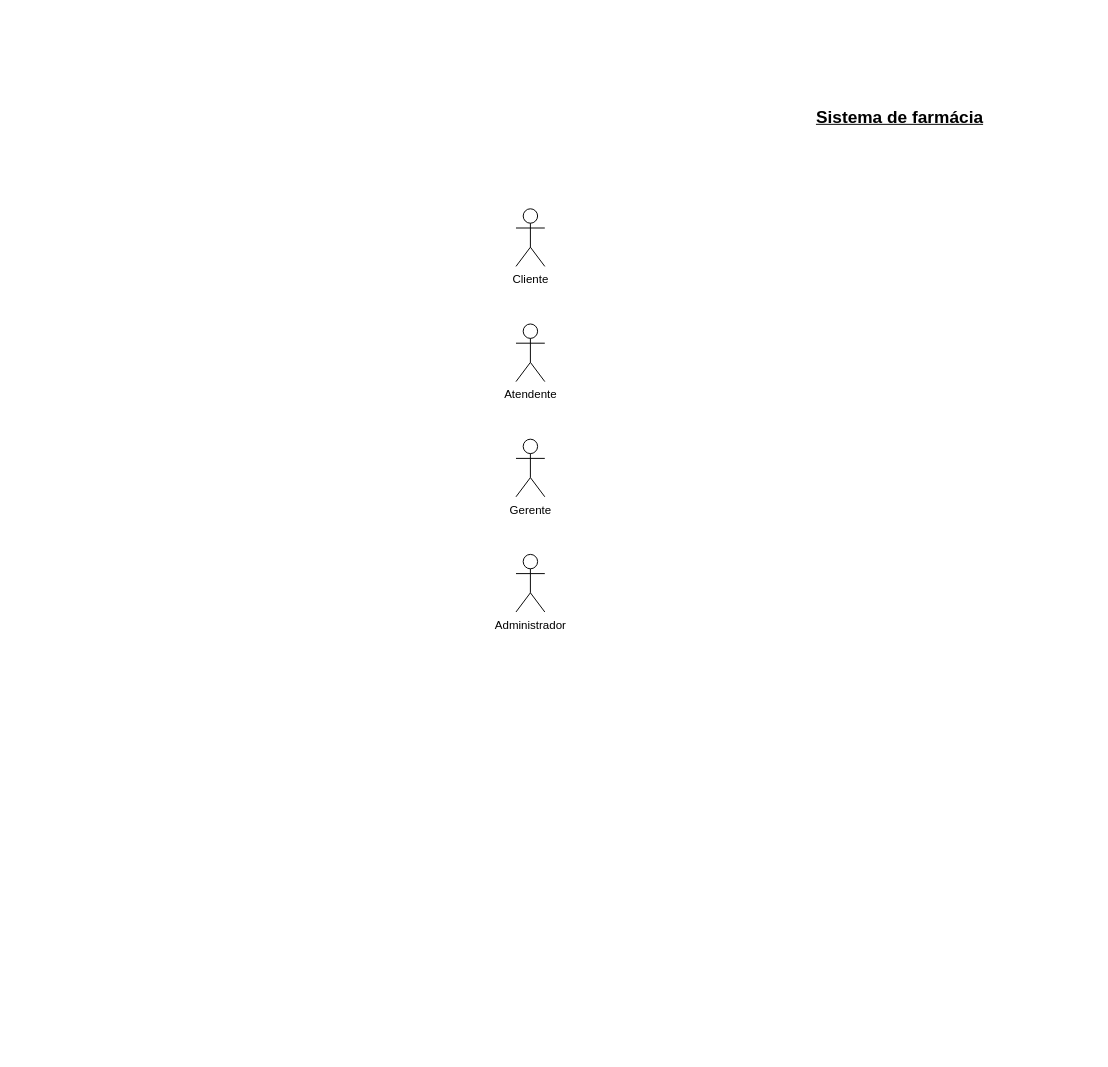
Above: page "Atividade 1" (1 of 4) of Diagrama sem nome.drawio in Eduardo-1105/diagramasderequesitos (draw.io), before the change. Source tidied: cells renumbered, new cells numbered last; positions are measured from the earlier drawing's top-left corner, leaving out a move shared by most shapes. Both pictures are drawn from the tidied source at 96%, with x=0, y=0 at pixel (516, 103).
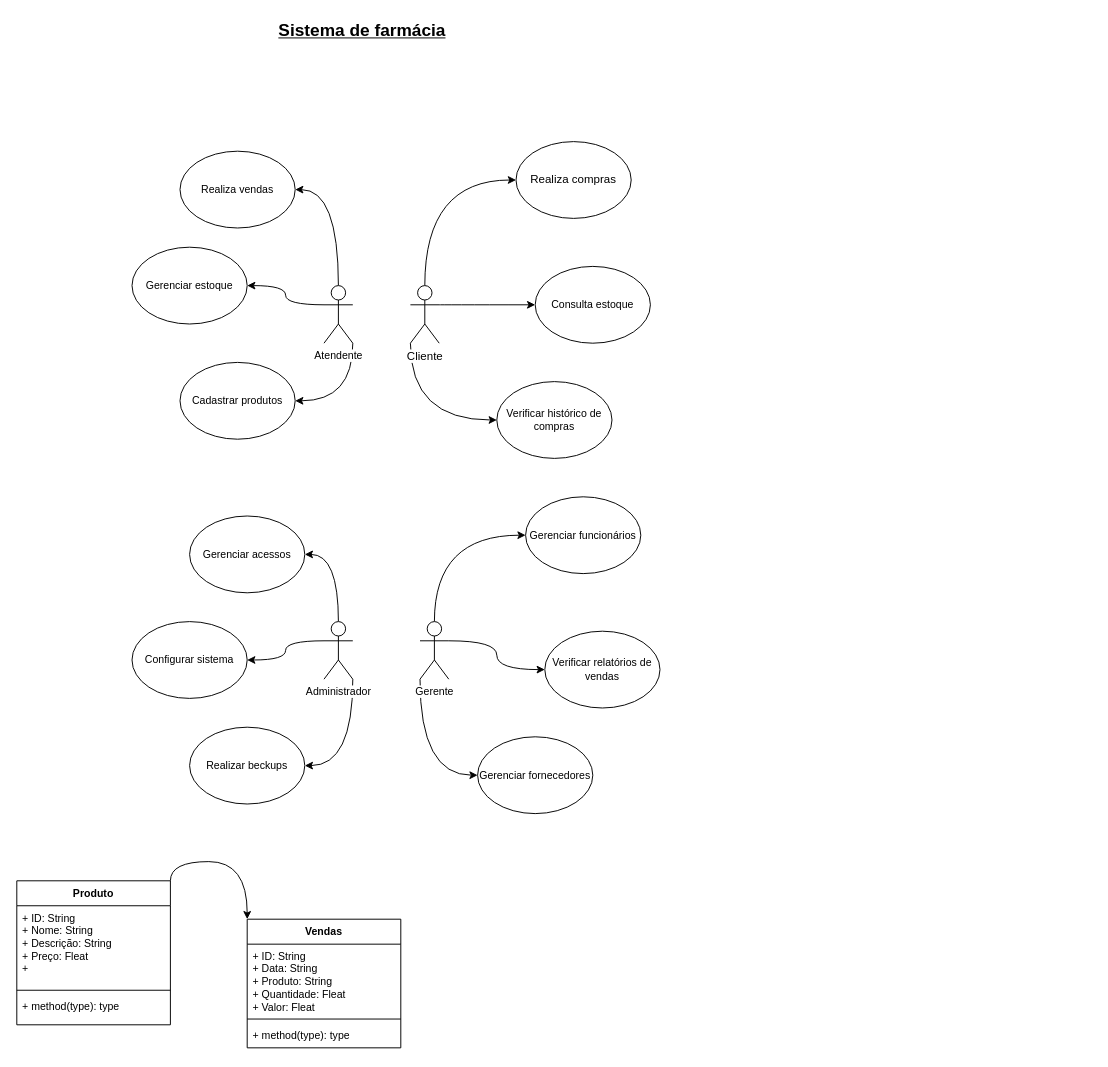
The same page after the edit.

Commit message:
Actualizar Diagrama sem Ativade.drawio

The edit, as a diff of the source:
```diff
@@
     <mxCell id="2" value="&lt;b&gt;&lt;u&gt;&lt;font style=&quot;font-size: 18px;&quot;&gt;Sistema de farmácia&lt;/font&gt;&lt;/u&gt;&lt;/b&gt;" style="text;html=1;align=center;verticalAlign=middle;whiteSpace=wrap;rounded=0;fontFamily=Helvetica;fontSize=12;fontColor=default;labelBackgroundColor=default;" parent="1" vertex="1">
-      <mxGeometry x="200" width="400" height="30" as="geometry" />
+      <mxGeometry x="-360" y="-90" width="400" height="30" as="geometry" />
     </mxCell>
+    <mxCell id="7" style="edgeStyle=orthogonalEdgeStyle;shape=connector;rounded=0;jettySize=auto;html=1;exitX=0.5;exitY=0;exitDx=0;exitDy=0;exitPerimeter=0;entryX=0;entryY=0.5;entryDx=0;entryDy=0;strokeColor=default;align=center;verticalAlign=middle;fontFamily=Helvetica;fontSize=11;fontColor=default;labelBackgroundColor=default;endArrow=classic;curved=1;" parent="1" edge="1" source="3" target="10">
+      <mxGeometry relative="1" as="geometry" />
+    </mxCell>
+    <mxCell id="8" style="edgeStyle=orthogonalEdgeStyle;shape=connector;curved=1;rounded=0;jettySize=auto;html=1;exitX=1;exitY=0.3333333333333333;exitDx=0;exitDy=0;exitPerimeter=0;entryX=0;entryY=0.5;entryDx=0;entryDy=0;strokeColor=default;align=center;verticalAlign=middle;fontFamily=Helvetica;fontSize=11;fontColor=default;labelBackgroundColor=default;endArrow=classic;" parent="1" edge="1" source="3" target="11">
+      <mxGeometry relative="1" as="geometry" />
+    </mxCell>
+    <mxCell id="9" style="edgeStyle=orthogonalEdgeStyle;shape=connector;curved=1;rounded=0;jettySize=auto;html=1;exitX=0;exitY=1;exitDx=0;exitDy=0;exitPerimeter=0;entryX=0;entryY=0.5;entryDx=0;entryDy=0;strokeColor=default;align=center;verticalAlign=middle;fontFamily=Helvetica;fontSize=11;fontColor=default;labelBackgroundColor=default;endArrow=classic;" parent="1" edge="1" source="3" target="12">
+      <mxGeometry relative="1" as="geometry" />
+    </mxCell>
     <mxCell id="3" value="Cliente" style="shape=umlActor;verticalLabelPosition=bottom;verticalAlign=top;html=1;outlineConnect=0;fontFamily=Helvetica;fontSize=12;fontColor=default;labelBackgroundColor=default;" parent="1" vertex="1">
-      <mxGeometry y="110" width="30" height="60" as="geometry" />
+      <mxGeometry x="-110" y="190" width="30" height="60" as="geometry" />
     </mxCell>
+    <mxCell id="10" value="Realiza compras" style="ellipse;whiteSpace=wrap;html=1;" parent="1" vertex="1">
+      <mxGeometry y="40" width="120" height="80" as="geometry" />
+    </mxCell>
+    <mxCell id="11" value="Consulta estoque" style="ellipse;whiteSpace=wrap;html=1;fontFamily=Helvetica;fontSize=11;fontColor=default;labelBackgroundColor=none;" parent="1" vertex="1">
+      <mxGeometry x="20" y="170" width="120" height="80" as="geometry" />
+    </mxCell>
+    <mxCell id="12" value="Verificar histórico de compras" style="ellipse;whiteSpace=wrap;html=1;fontFamily=Helvetica;fontSize=11;fontColor=default;labelBackgroundColor=none;" parent="1" vertex="1">
+      <mxGeometry x="-20" y="290" width="120" height="80" as="geometry" />
+    </mxCell>
+    <mxCell id="13" style="edgeStyle=orthogonalEdgeStyle;shape=connector;curved=1;rounded=0;jettySize=auto;html=1;exitX=0.5;exitY=0;exitDx=0;exitDy=0;exitPerimeter=0;entryX=1;entryY=0.5;entryDx=0;entryDy=0;strokeColor=default;align=center;verticalAlign=middle;fontFamily=Helvetica;fontSize=11;fontColor=default;labelBackgroundColor=default;endArrow=classic;" parent="1" edge="1" source="4" target="16">
+      <mxGeometry relative="1" as="geometry" />
+    </mxCell>
+    <mxCell id="14" style="edgeStyle=orthogonalEdgeStyle;shape=connector;curved=1;rounded=0;jettySize=auto;html=1;exitX=0;exitY=0.3333333333333333;exitDx=0;exitDy=0;exitPerimeter=0;entryX=1;entryY=0.5;entryDx=0;entryDy=0;strokeColor=default;align=center;verticalAlign=middle;fontFamily=Helvetica;fontSize=11;fontColor=default;labelBackgroundColor=default;endArrow=classic;" parent="1" edge="1" source="4" target="17">
+      <mxGeometry relative="1" as="geometry" />
+    </mxCell>
+    <mxCell id="15" style="edgeStyle=orthogonalEdgeStyle;shape=connector;curved=1;rounded=0;jettySize=auto;html=1;exitX=1;exitY=1;exitDx=0;exitDy=0;exitPerimeter=0;entryX=1;entryY=0.5;entryDx=0;entryDy=0;strokeColor=default;align=center;verticalAlign=middle;fontFamily=Helvetica;fontSize=11;fontColor=default;labelBackgroundColor=default;endArrow=classic;" parent="1" edge="1" source="4" target="18">
+      <mxGeometry relative="1" as="geometry" />
+    </mxCell>
-    <mxCell id="4" value="Atendente" style="shape=umlActor;verticalLabelPosition=bottom;verticalAlign=top;html=1;outlineConnect=0;fontFamily=Helvetica;fontSize=12;fontColor=default;labelBackgroundColor=default;" parent="1" vertex="1">
-      <mxGeometry y="230" width="30" height="60" as="geometry" />
+    <mxCell id="4" value="Atendente" style="shape=umlActor;verticalLabelPosition=bottom;verticalAlign=top;html=1;outlineConnect=0;fontFamily=Helvetica;fontSize=11;fontColor=default;labelBackgroundColor=default;" parent="1" vertex="1">
+      <mxGeometry x="-200" y="190" width="30" height="60" as="geometry" />
     </mxCell>
+    <mxCell id="16" value="Realiza vendas" style="ellipse;whiteSpace=wrap;html=1;fontFamily=Helvetica;fontSize=11;fontColor=default;labelBackgroundColor=none;" parent="1" vertex="1">
+      <mxGeometry x="-350" y="50" width="120" height="80" as="geometry" />
+    </mxCell>
+    <mxCell id="17" value="Gerenciar estoque" style="ellipse;whiteSpace=wrap;html=1;fontFamily=Helvetica;fontSize=11;fontColor=default;labelBackgroundColor=none;" parent="1" vertex="1">
+      <mxGeometry x="-400" y="150" width="120" height="80" as="geometry" />
+    </mxCell>
+    <mxCell id="18" value="Cadastrar produtos" style="ellipse;whiteSpace=wrap;html=1;fontFamily=Helvetica;fontSize=11;fontColor=default;labelBackgroundColor=none;" parent="1" vertex="1">
+      <mxGeometry x="-350" y="270" width="120" height="80" as="geometry" />
+    </mxCell>
+    <mxCell id="19" value="Gerenciar funcionários" style="ellipse;whiteSpace=wrap;html=1;fontFamily=Helvetica;fontSize=11;fontColor=default;labelBackgroundColor=none;" parent="1" vertex="1">
+      <mxGeometry x="10" y="410" width="120" height="80" as="geometry" />
+    </mxCell>
+    <mxCell id="20" style="edgeStyle=orthogonalEdgeStyle;shape=connector;curved=1;rounded=0;jettySize=auto;html=1;exitX=0.5;exitY=0;exitDx=0;exitDy=0;exitPerimeter=0;entryX=0;entryY=0.5;entryDx=0;entryDy=0;strokeColor=default;align=center;verticalAlign=middle;fontFamily=Helvetica;fontSize=11;fontColor=default;labelBackgroundColor=default;endArrow=classic;" parent="1" edge="1" source="5" target="19">
+      <mxGeometry relative="1" as="geometry" />
+    </mxCell>
+    <mxCell id="21" style="edgeStyle=orthogonalEdgeStyle;shape=connector;curved=1;rounded=0;jettySize=auto;html=1;exitX=1;exitY=0.3333333333333333;exitDx=0;exitDy=0;exitPerimeter=0;entryX=0;entryY=0.5;entryDx=0;entryDy=0;strokeColor=default;align=center;verticalAlign=middle;fontFamily=Helvetica;fontSize=11;fontColor=default;labelBackgroundColor=default;endArrow=classic;" parent="1" edge="1" source="5" target="23">
+      <mxGeometry relative="1" as="geometry" />
+    </mxCell>
+    <mxCell id="22" style="edgeStyle=orthogonalEdgeStyle;shape=connector;curved=1;rounded=0;jettySize=auto;html=1;exitX=0;exitY=1;exitDx=0;exitDy=0;exitPerimeter=0;entryX=0;entryY=0.5;entryDx=0;entryDy=0;strokeColor=default;align=center;verticalAlign=middle;fontFamily=Helvetica;fontSize=11;fontColor=default;labelBackgroundColor=default;endArrow=classic;" parent="1" edge="1" source="5" target="24">
+      <mxGeometry relative="1" as="geometry" />
+    </mxCell>
-    <mxCell id="5" value="Gerente" style="shape=umlActor;verticalLabelPosition=bottom;verticalAlign=top;html=1;outlineConnect=0;fontFamily=Helvetica;fontSize=12;fontColor=default;labelBackgroundColor=default;" parent="1" vertex="1">
-      <mxGeometry y="350" width="30" height="60" as="geometry" />
+    <mxCell id="5" value="Gerente" style="shape=umlActor;verticalLabelPosition=bottom;verticalAlign=top;html=1;outlineConnect=0;fontFamily=Helvetica;fontSize=11;fontColor=default;labelBackgroundColor=default;" parent="1" vertex="1">
+      <mxGeometry x="-100" y="540" width="30" height="60" as="geometry" />
     </mxCell>
+    <mxCell id="23" value="Verificar relatórios de vendas" style="ellipse;whiteSpace=wrap;html=1;fontFamily=Helvetica;fontSize=11;fontColor=default;labelBackgroundColor=none;" parent="1" vertex="1">
+      <mxGeometry x="30" y="550" width="120" height="80" as="geometry" />
+    </mxCell>
+    <mxCell id="24" value="Gerenciar fornecedores" style="ellipse;whiteSpace=wrap;html=1;fontFamily=Helvetica;fontSize=11;fontColor=default;labelBackgroundColor=none;" parent="1" vertex="1">
+      <mxGeometry x="-40" y="660" width="120" height="80" as="geometry" />
+    </mxCell>
+    <mxCell id="25" style="edgeStyle=orthogonalEdgeStyle;shape=connector;curved=1;rounded=0;jettySize=auto;html=1;exitX=0.5;exitY=0;exitDx=0;exitDy=0;exitPerimeter=0;entryX=1;entryY=0.5;entryDx=0;entryDy=0;strokeColor=default;align=center;verticalAlign=middle;fontFamily=Helvetica;fontSize=11;fontColor=default;labelBackgroundColor=default;endArrow=classic;" parent="1" edge="1" source="6" target="28">
+      <mxGeometry relative="1" as="geometry" />
+    </mxCell>
+    <mxCell id="26" style="edgeStyle=orthogonalEdgeStyle;shape=connector;curved=1;rounded=0;jettySize=auto;html=1;exitX=0;exitY=0.3333333333333333;exitDx=0;exitDy=0;exitPerimeter=0;entryX=1;entryY=0.5;entryDx=0;entryDy=0;strokeColor=default;align=center;verticalAlign=middle;fontFamily=Helvetica;fontSize=11;fontColor=default;labelBackgroundColor=default;endArrow=classic;" parent="1" edge="1" source="6" target="29">
+      <mxGeometry relative="1" as="geometry" />
+    </mxCell>
+    <mxCell id="27" style="edgeStyle=orthogonalEdgeStyle;shape=connector;curved=1;rounded=0;jettySize=auto;html=1;exitX=1;exitY=1;exitDx=0;exitDy=0;exitPerimeter=0;entryX=1;entryY=0.5;entryDx=0;entryDy=0;strokeColor=default;align=center;verticalAlign=middle;fontFamily=Helvetica;fontSize=11;fontColor=default;labelBackgroundColor=default;endArrow=classic;" parent="1" edge="1" source="6" target="30">
+      <mxGeometry relative="1" as="geometry" />
+    </mxCell>
-    <mxCell id="6" value="Administrador" style="shape=umlActor;verticalLabelPosition=bottom;verticalAlign=top;html=1;outlineConnect=0;fontFamily=Helvetica;fontSize=12;fontColor=default;labelBackgroundColor=default;" parent="1" vertex="1">
-      <mxGeometry y="470" width="30" height="60" as="geometry" />
+    <mxCell id="6" value="Administrador" style="shape=umlActor;verticalLabelPosition=bottom;verticalAlign=top;html=1;outlineConnect=0;fontFamily=Helvetica;fontSize=11;fontColor=default;labelBackgroundColor=default;" parent="1" vertex="1">
+      <mxGeometry x="-200" y="540" width="30" height="60" as="geometry" />
     </mxCell>
+    <mxCell id="28" value="Gerenciar acessos" style="ellipse;whiteSpace=wrap;html=1;fontFamily=Helvetica;fontSize=11;fontColor=default;labelBackgroundColor=none;" parent="1" vertex="1">
+      <mxGeometry x="-340" y="430" width="120" height="80" as="geometry" />
+    </mxCell>
+    <mxCell id="29" value="Configurar sistema" style="ellipse;whiteSpace=wrap;html=1;fontFamily=Helvetica;fontSize=11;fontColor=default;labelBackgroundColor=none;" parent="1" vertex="1">
+      <mxGeometry x="-400" y="540" width="120" height="80" as="geometry" />
+    </mxCell>
+    <mxCell id="30" value="Realizar beckups" style="ellipse;whiteSpace=wrap;html=1;fontFamily=Helvetica;fontSize=11;fontColor=default;labelBackgroundColor=none;" parent="1" vertex="1">
+      <mxGeometry x="-340" y="650" width="120" height="80" as="geometry" />
+    </mxCell>
+    <mxCell id="31" style="edgeStyle=orthogonalEdgeStyle;shape=connector;curved=1;rounded=0;jettySize=auto;html=1;exitX=1;exitY=0;exitDx=0;exitDy=0;entryX=0;entryY=0;entryDx=0;entryDy=0;strokeColor=default;align=center;verticalAlign=middle;fontFamily=Helvetica;fontSize=11;fontColor=default;labelBackgroundColor=default;endArrow=classic;" parent="1" edge="1" source="32" target="36">
+      <mxGeometry relative="1" as="geometry" />
+    </mxCell>
+    <mxCell id="32" value="Produto" style="swimlane;fontStyle=1;align=center;verticalAlign=top;horizontal=1;startSize=26;whiteSpace=wrap;html=1;fontFamily=Helvetica;fontSize=11;fontColor=default;labelBackgroundColor=default;" parent="1" vertex="1">
+      <mxGeometry x="-520" y="810" width="160" height="150" as="geometry" />
+    </mxCell>
+    <mxCell id="33" value="+ ID: String&lt;div&gt;+ Nome: String&lt;/div&gt;&lt;div&gt;+ Descrição: String&lt;/div&gt;&lt;div&gt;+ Preço: Fleat&lt;/div&gt;&lt;div&gt;+&amp;nbsp;&lt;/div&gt;" style="text;strokeColor=none;fillColor=none;align=left;verticalAlign=top;spacingLeft=4;spacingRight=4;overflow=hidden;whiteSpace=wrap;html=1;fontFamily=Helvetica;fontSize=11;fontColor=default;labelBackgroundColor=default;labelBorderColor=none;" parent="32" vertex="1">
+      <mxGeometry y="26" width="160" height="84" as="geometry" />
+    </mxCell>
+    <mxCell id="34" style="line;strokeWidth=1;fillColor=none;align=left;verticalAlign=middle;spacingTop=-1;spacingLeft=3;spacingRight=3;labelPosition=right;strokeColor=inherit;fontFamily=Helvetica;fontSize=11;fontColor=default;labelBackgroundColor=default;" parent="32" vertex="1">
+      <mxGeometry y="110" width="160" height="8" as="geometry" />
+    </mxCell>
+    <mxCell id="35" value="+ method(type): type" style="text;strokeColor=none;fillColor=none;align=left;verticalAlign=top;spacingLeft=4;spacingRight=4;overflow=hidden;whiteSpace=wrap;html=1;fontFamily=Helvetica;fontSize=11;fontColor=default;labelBackgroundColor=default;" parent="32" vertex="1">
+      <mxGeometry y="118" width="160" height="32" as="geometry" />
+    </mxCell>
+    <mxCell id="36" value="Vendas" style="swimlane;fontStyle=1;align=center;verticalAlign=top;horizontal=1;startSize=26;whiteSpace=wrap;html=1;fontFamily=Helvetica;fontSize=11;fontColor=default;labelBackgroundColor=default;" parent="1" vertex="1">
+      <mxGeometry x="-280" y="850" width="160" height="134" as="geometry" />
+    </mxCell>
+    <mxCell id="37" value="+ ID: String&lt;div&gt;+ Data: String&lt;/div&gt;&lt;div&gt;+ Produto: String&lt;/div&gt;&lt;div&gt;+ Quantidade: Fleat&lt;/div&gt;&lt;div&gt;+ Valor: Fleat&lt;/div&gt;" style="text;strokeColor=none;fillColor=none;align=left;verticalAlign=top;spacingLeft=4;spacingRight=4;overflow=hidden;whiteSpace=wrap;html=1;fontFamily=Helvetica;fontSize=11;fontColor=default;labelBackgroundColor=default;" parent="36" vertex="1">
+      <mxGeometry y="26" width="160" height="74" as="geometry" />
+    </mxCell>
+    <mxCell id="38" style="line;strokeWidth=1;fillColor=none;align=left;verticalAlign=middle;spacingTop=-1;spacingLeft=3;spacingRight=3;labelPosition=right;strokeColor=inherit;fontFamily=Helvetica;fontSize=11;fontColor=default;labelBackgroundColor=default;" parent="36" vertex="1">
+      <mxGeometry y="100" width="160" height="8" as="geometry" />
+    </mxCell>
+    <mxCell id="39" value="+ method(type): type" style="text;strokeColor=none;fillColor=none;align=left;verticalAlign=top;spacingLeft=4;spacingRight=4;overflow=hidden;whiteSpace=wrap;html=1;fontFamily=Helvetica;fontSize=11;fontColor=default;labelBackgroundColor=default;" parent="36" vertex="1">
+      <mxGeometry y="108" width="160" height="26" as="geometry" />
+    </mxCell>
```
